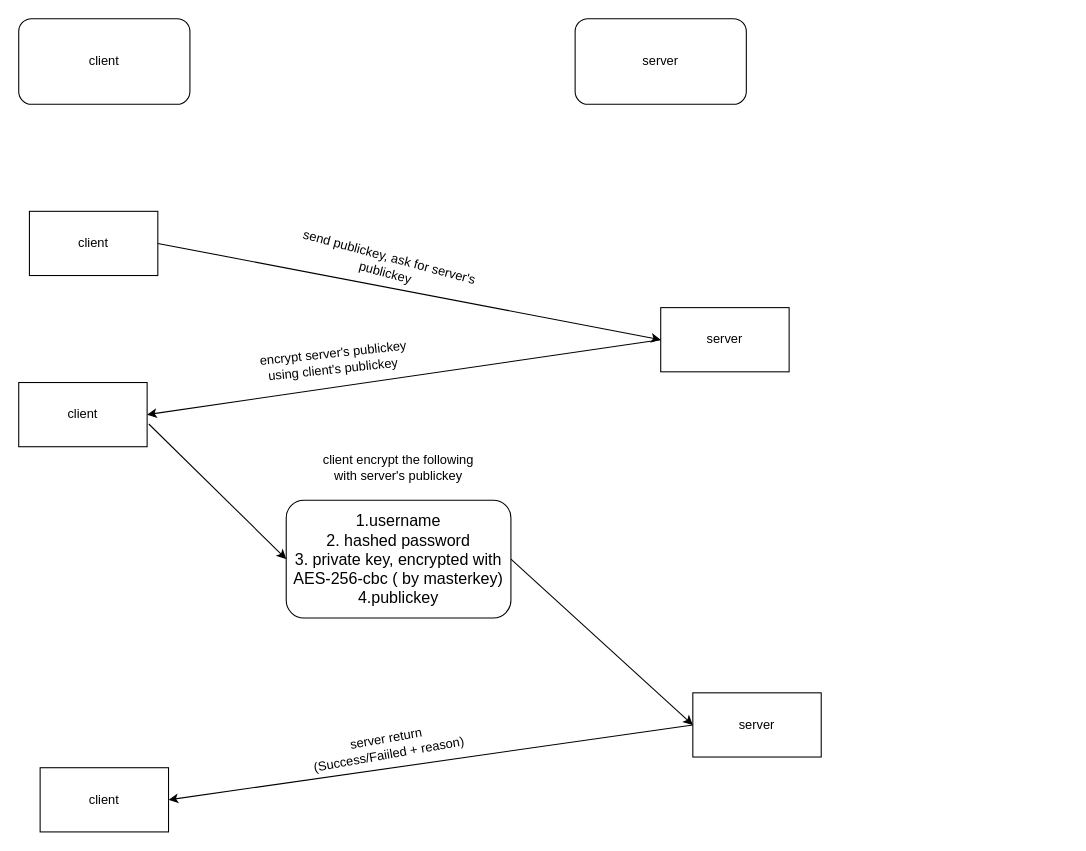
phmngcthanh/155 keeps this draw.io diagram as register.drawio. Above is the earlier version. Source tidied: cells renumbered, new cells numbered last; positions are measured from the earlier drawing's top-left corner, leaving out a move shared by most shapes. Both pictures are drawn from the tidied source at 107%, with x=0, y=0 at pixel (18, 18).
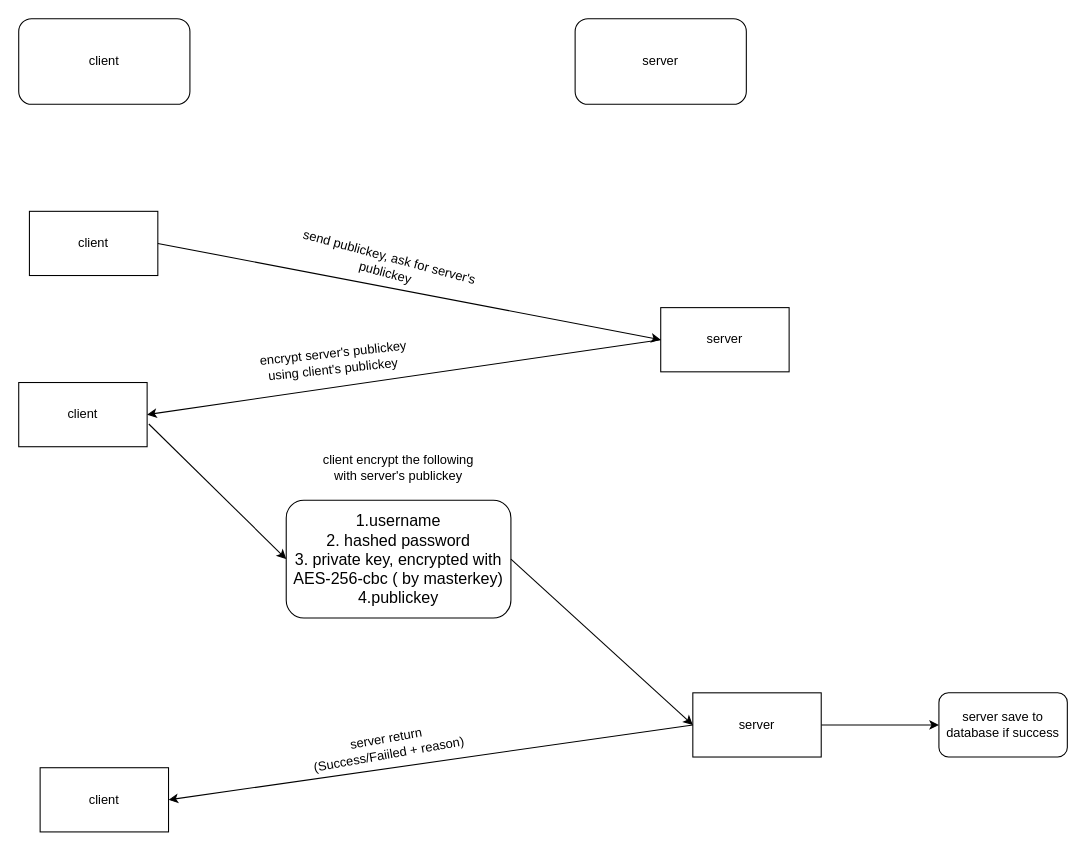
The same page after the edit.

Unchanged cells that the change refers to:
```xml
<mxCell id="8" value="server" style="rounded=0;whiteSpace=wrap;html=1;align=center;" parent="1" vertex="1">
  <mxGeometry x="630" y="630" width="120" height="60" as="geometry" />
</mxCell>
```

Change to the diagram source:
```diff
@@
+    <mxCell id="19" style="edgeStyle=orthogonalEdgeStyle;rounded=0;jettySize=auto;html=1;exitX=1;exitY=0.5;exitDx=0;exitDy=0;" parent="1" edge="1" source="8" target="20">
+      <mxGeometry relative="1" as="geometry" />
+    </mxCell>
@@
+    <mxCell id="20" value="server save to database if success" style="rounded=1;whiteSpace=wrap;html=1;align=center;" parent="1" vertex="1">
+      <mxGeometry x="860" y="630" width="120" height="60" as="geometry" />
+    </mxCell>
```
